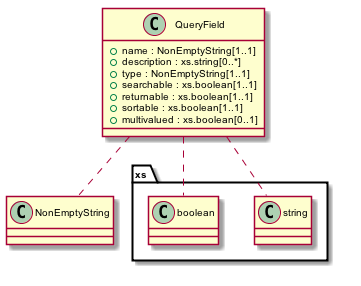
Before: source/apis/images/class_QueryField.png, a diagram exported from PlantUML (DataONEorg/api-documentation). Source of this version:
```plantuml
@startuml images/class_QueryField.png
skinparam activityFontColor black
skinparam activityFontSize 10
skinparam activityFontName arial
skinparam activityArrowFontColor black
skinparam activityArrowFontSize 10
skinparam activityArrowFontName arial
skinparam classArrowFontColor black
skinparam classArrowFontSize 10
skinparam classArrowFontName arial
skinparam classAttributeFontColor black
skinparam classAttributeFontSize 10
skinparam classAttributeFontName arial
skinparam classFontColor black
skinparam classFontSize 10
skinparam classFontName arial
skinparam componentFontColor black
skinparam componentFontSize 10
skinparam componentFontName arial
skinparam componentArrowFontColor black
skinparam componentArrowFontSize 10
skinparam componentArrowFontName arial
skinparam noteFontColor black
skinparam noteFontSize 10
skinparam noteFontName arial
skinparam packageFontColor black
skinparam packageFontSize 10
skinparam packageFontName arial
skinparam sequenceActorFontColor black
skinparam sequenceActorFontSize 10
skinparam sequenceActorFontName arial
skinparam sequenceArrowFontColor black
skinparam sequenceArrowFontSize 10
skinparam sequenceArrowFontName arial
skinparam sequenceGroupingFontColor black
skinparam sequenceGroupingFontSize 10
skinparam sequenceGroupingFontName arial
skinparam sequenceGroupingHeaderFontColor black
skinparam sequenceGroupingHeaderFontSize 10
skinparam sequenceGroupingHeaderFontName arial
skinparam sequenceParticipantFontColor black
skinparam sequenceParticipantFontSize 10
skinparam sequenceParticipantFontName arial
skinparam sequenceTitleFontColor black
skinparam sequenceTitleFontSize 10
skinparam sequenceTitleFontName arial
skinparam titleFontColor black
skinparam titleFontSize 10
skinparam titleFontName arial
skinparam usecaseFontColor black
skinparam usecaseFontSize 7
skinparam usecaseFontName arial
skinparam usecaseActorFontColor black
skinparam usecaseActorFontSize 7
skinparam usecaseActorFontName arial
skinparam usecaseArrowFontColor black
skinparam usecaseArrowFontSize 7
skinparam usecaseArrowFontName arial

class QueryField {
  + name : NonEmptyString[1..1]
  + description : xs.string[0..*]
  + type : NonEmptyString[1..1]
  + searchable : xs.boolean[1..1]
  + returnable : xs.boolean[1..1]
  + sortable : xs.boolean[1..1]
  + multivalued : xs.boolean[0..1]
}
QueryField .. NonEmptyString
QueryField .. xs.string
QueryField .. xs.boolean

@enduml
```
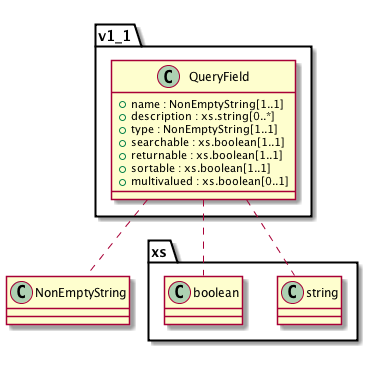
After the change.

What changed in the source:
```diff
@@ -1,63 +1,6 @@
 @startuml images/class_QueryField.png
-skinparam activityFontColor black
-skinparam activityFontSize 10
-skinparam activityFontName arial
-skinparam activityArrowFontColor black
-skinparam activityArrowFontSize 10
-skinparam activityArrowFontName arial
-skinparam classArrowFontColor black
-skinparam classArrowFontSize 10
-skinparam classArrowFontName arial
-skinparam classAttributeFontColor black
-skinparam classAttributeFontSize 10
-skinparam classAttributeFontName arial
-skinparam classFontColor black
-skinparam classFontSize 10
-skinparam classFontName arial
-skinparam componentFontColor black
-skinparam componentFontSize 10
-skinparam componentFontName arial
-skinparam componentArrowFontColor black
-skinparam componentArrowFontSize 10
-skinparam componentArrowFontName arial
-skinparam noteFontColor black
-skinparam noteFontSize 10
-skinparam noteFontName arial
-skinparam packageFontColor black
-skinparam packageFontSize 10
-skinparam packageFontName arial
-skinparam sequenceActorFontColor black
-skinparam sequenceActorFontSize 10
-skinparam sequenceActorFontName arial
-skinparam sequenceArrowFontColor black
-skinparam sequenceArrowFontSize 10
-skinparam sequenceArrowFontName arial
-skinparam sequenceGroupingFontColor black
-skinparam sequenceGroupingFontSize 10
-skinparam sequenceGroupingFontName arial
-skinparam sequenceGroupingHeaderFontColor black
-skinparam sequenceGroupingHeaderFontSize 10
-skinparam sequenceGroupingHeaderFontName arial
-skinparam sequenceParticipantFontColor black
-skinparam sequenceParticipantFontSize 10
-skinparam sequenceParticipantFontName arial
-skinparam sequenceTitleFontColor black
-skinparam sequenceTitleFontSize 10
-skinparam sequenceTitleFontName arial
-skinparam titleFontColor black
-skinparam titleFontSize 10
-skinparam titleFontName arial
-skinparam usecaseFontColor black
-skinparam usecaseFontSize 7
-skinparam usecaseFontName arial
-skinparam usecaseActorFontColor black
-skinparam usecaseActorFontSize 7
-skinparam usecaseActorFontName arial
-skinparam usecaseArrowFontColor black
-skinparam usecaseArrowFontSize 7
-skinparam usecaseArrowFontName arial
 
-class QueryField {
+class v1_1.QueryField {
   + name : NonEmptyString[1..1]
   + description : xs.string[0..*]
   + type : NonEmptyString[1..1]
@@ -66,8 +9,8 @@
   + sortable : xs.boolean[1..1]
   + multivalued : xs.boolean[0..1]
 }
-QueryField .. NonEmptyString
-QueryField .. xs.string
-QueryField .. xs.boolean
+v1_1.QueryField .. NonEmptyString
+v1_1.QueryField .. xs.string
+v1_1.QueryField .. xs.boolean
 
 @enduml
```
